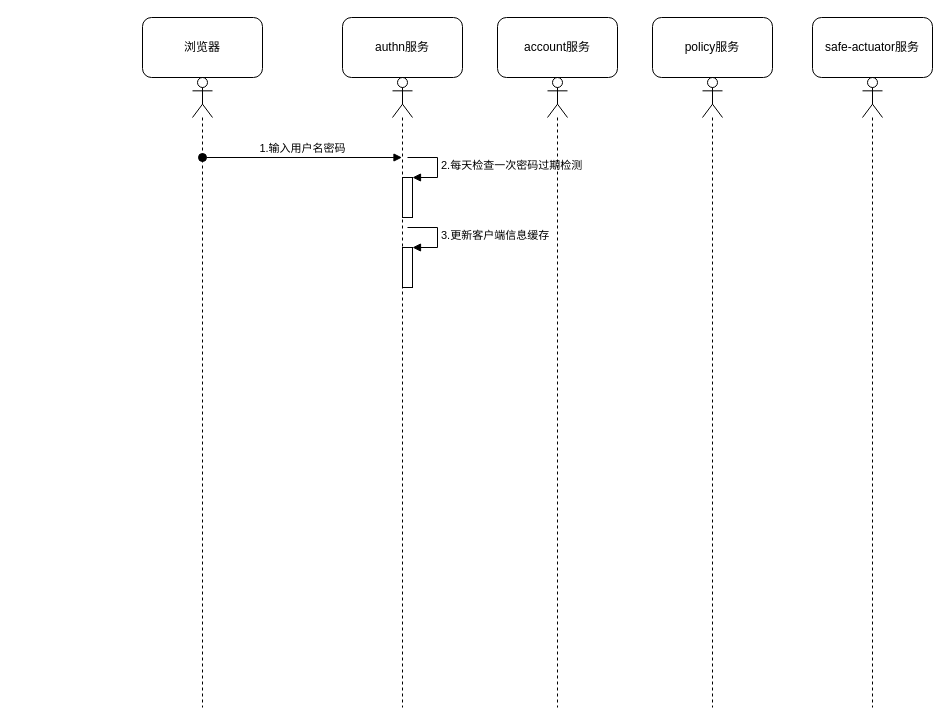
The draw.io diagram 流程图.drawio in tiankanghello/helloworld, before the edit. Source tidied: cells renumbered, new cells numbered last; positions are measured from the earlier drawing's top-left corner, leaving out a move shared by most shapes. Both pictures are drawn from the tidied source at 100%, with x=0, y=0 at pixel (142, 17).
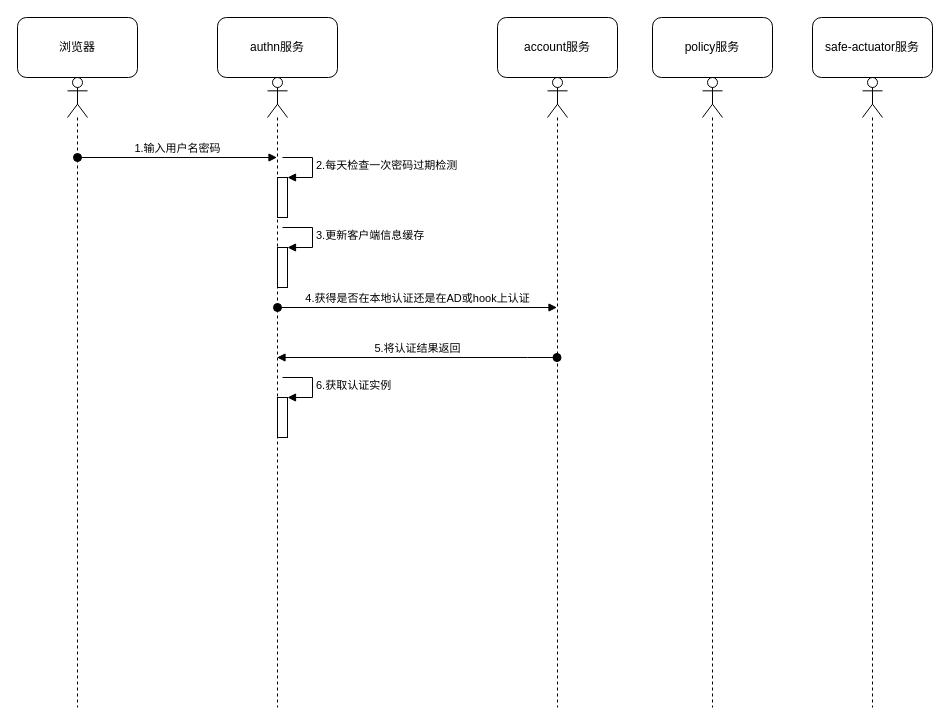
The same diagram, later.

Commit message (it also covers changes not shown here):
更新流程图.drawio

Unchanged cells that the change refers to:
```xml
<mxCell id="9" style="shape=umlLifeline;participant=umlActor;perimeter=lifelinePerimeter;whiteSpace=wrap;html=1;verticalAlign=top;spacingTop=36;outlineConnect=0;" parent="1" vertex="1">
  <mxGeometry x="405" y="60" width="20" height="630" as="geometry" />
</mxCell>
```

Diff of the diagram source:
```diff
@@
     <mxCell id="2" style="shape=umlLifeline;participant=umlActor;perimeter=lifelinePerimeter;whiteSpace=wrap;html=1;verticalAlign=top;spacingTop=36;" parent="1" vertex="1">
-      <mxGeometry x="50" y="60" width="20" height="630" as="geometry" />
+      <mxGeometry x="-75" y="60" width="20" height="630" as="geometry" />
     </mxCell>
     <mxCell id="3" style="shape=umlLifeline;participant=umlActor;perimeter=lifelinePerimeter;whiteSpace=wrap;html=1;verticalAlign=top;spacingTop=36;outlineConnect=0;" parent="1" vertex="1">
-      <mxGeometry x="250" y="60" width="20" height="630" as="geometry" />
+      <mxGeometry x="125" y="60" width="20" height="630" as="geometry" />
     </mxCell>
@@
+    <mxCell id="18" style="html=1;points=[];perimeter=orthogonalPerimeter;" parent="3" vertex="1">
+      <mxGeometry x="10" y="320" width="10" height="40" as="geometry" />
+    </mxCell>
+    <mxCell id="19" value="6.获取认证实例" style="edgeStyle=orthogonalEdgeStyle;html=1;align=left;spacingLeft=2;endArrow=block;rounded=0;entryX=1;entryY=0;" parent="3" edge="1" target="18">
+      <mxGeometry relative="1" as="geometry">
+        <mxPoint x="15" y="300" as="sourcePoint" />
+        <Array as="points">
+          <mxPoint x="45" y="300" />
+        </Array>
+      </mxGeometry>
+    </mxCell>
@@
     <mxCell id="11" value="浏览器" style="rounded=1;whiteSpace=wrap;html=1;" parent="1" vertex="1">
-      <mxGeometry width="120" height="60" as="geometry" />
+      <mxGeometry x="-125" width="120" height="60" as="geometry" />
     </mxCell>
     <mxCell id="12" value="authn服务" style="rounded=1;whiteSpace=wrap;html=1;" parent="1" vertex="1">
-      <mxGeometry x="200" width="120" height="60" as="geometry" />
+      <mxGeometry x="75" width="120" height="60" as="geometry" />
     </mxCell>
@@
     <mxCell id="16" value="1.输入用户名密码" style="html=1;verticalAlign=bottom;startArrow=oval;endArrow=block;startSize=8;rounded=0;" parent="1" edge="1" target="3">
       <mxGeometry relative="1" as="geometry">
-        <mxPoint x="60" y="140" as="sourcePoint" />
+        <mxPoint x="-65" y="140" as="sourcePoint" />
       </mxGeometry>
     </mxCell>
     <mxCell id="17" style="html=1;verticalAlign=bottom;startArrow=oval;endArrow=block;startSize=8;rounded=0;" parent="1" edge="1">
       <mxGeometry relative="1" as="geometry">
-        <mxPoint x="265" y="130" as="sourcePoint" />
-        <mxPoint x="264.5" y="130" as="targetPoint" />
+        <mxPoint x="140" y="130" as="sourcePoint" />
+        <mxPoint x="139.5" y="130" as="targetPoint" />
       </mxGeometry>
     </mxCell>
+    <mxCell id="20" value="4.获得是否在本地认证还是在AD或hook上认证" style="html=1;verticalAlign=bottom;startArrow=oval;endArrow=block;startSize=8;rounded=0;" parent="1" edge="1" target="9">
+      <mxGeometry relative="1" as="geometry">
+        <mxPoint x="135" y="290" as="sourcePoint" />
+      </mxGeometry>
+    </mxCell>
+    <mxCell id="21" value="5.将认证结果返回" style="html=1;verticalAlign=bottom;startArrow=oval;endArrow=block;startSize=8;rounded=0;" parent="1" edge="1" source="9" target="3">
+      <mxGeometry relative="1" as="geometry">
+        <Array as="points">
+          <mxPoint x="385" y="340" />
+        </Array>
+      </mxGeometry>
+    </mxCell>
```
